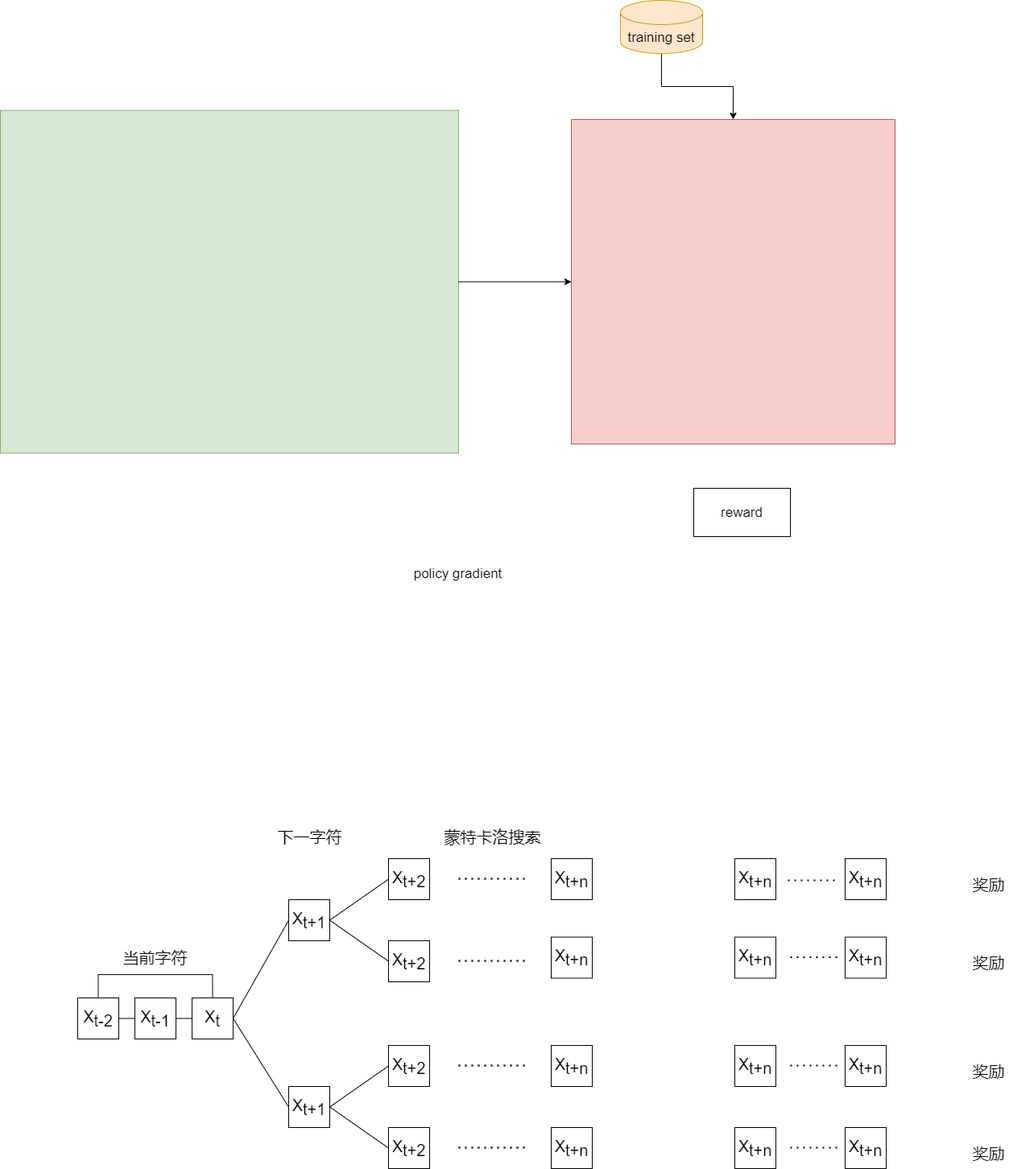
lakomi/pictures keeps this draw.io diagram as seqgan.drawio.png. Above is the earlier version. Source tidied: cells renumbered, new cells last; positions are measured from the earlier drawing's top-left corner, leaving out a move shared by most shapes.
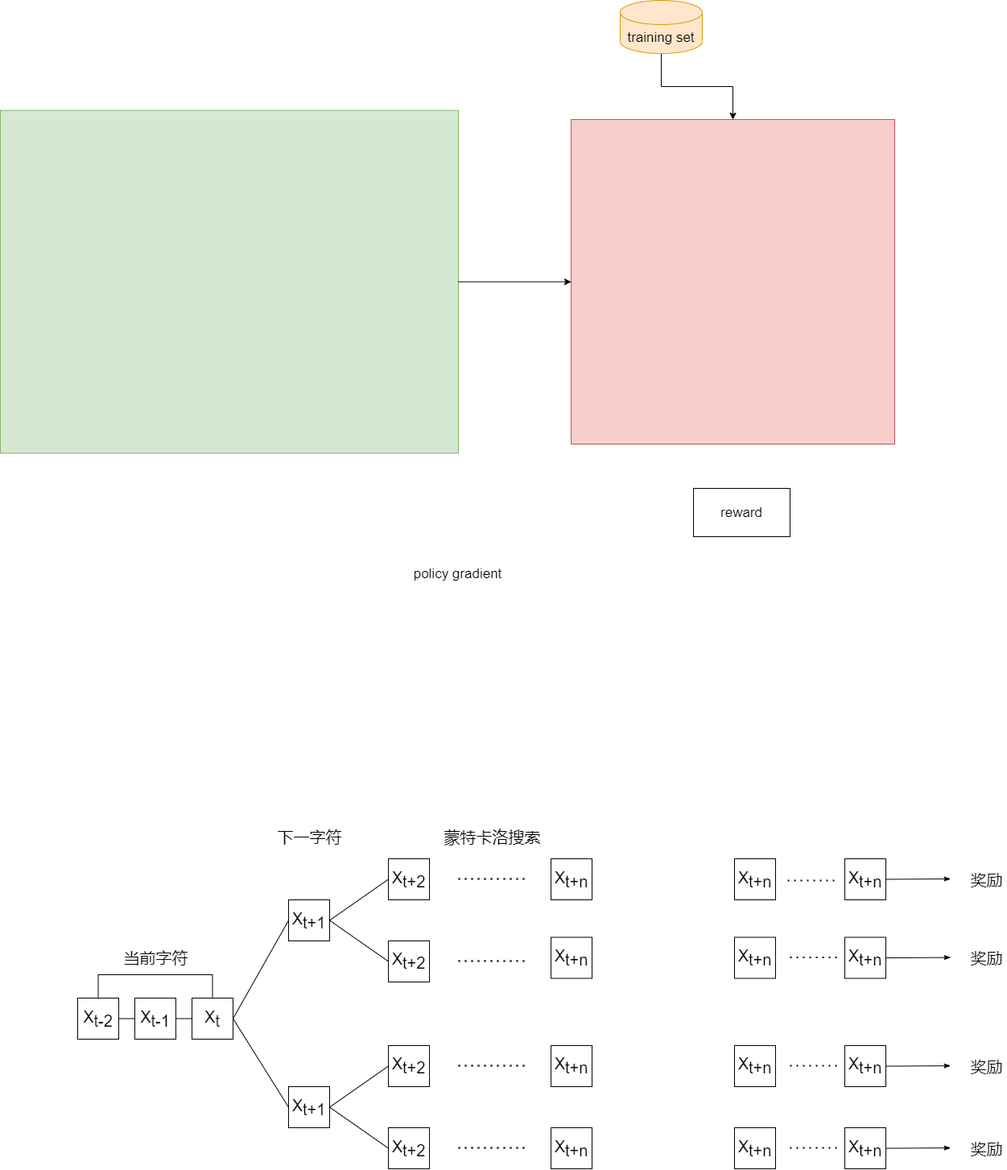
The same diagram one commit later.

What changed in the source:
```diff
@@ -140,16 +140,16 @@
       <mxGeometry x="546" y="1025" width="130" height="28" as="geometry" />
     </mxCell>
     <mxCell id="38" value="奖励" style="text;html=1;align=center;verticalAlign=middle;strokeColor=none;fillColor=none;fontSize=20;" parent="1" vertex="1">
-      <mxGeometry x="1202" y="1083.5" width="50" height="28" as="geometry" />
+      <mxGeometry x="1200" y="1077.5" width="50" height="28" as="geometry" />
     </mxCell>
     <mxCell id="39" value="奖励" style="text;html=1;align=center;verticalAlign=middle;strokeColor=none;fillColor=none;fontSize=20;" parent="1" vertex="1">
-      <mxGeometry x="1202" y="1181" width="50" height="28" as="geometry" />
+      <mxGeometry x="1200" y="1175" width="50" height="28" as="geometry" />
     </mxCell>
     <mxCell id="40" value="奖励" style="text;html=1;align=center;verticalAlign=middle;strokeColor=none;fillColor=none;fontSize=20;" parent="1" vertex="1">
-      <mxGeometry x="1202" y="1315.5" width="50" height="28" as="geometry" />
+      <mxGeometry x="1200" y="1309.5" width="50" height="28" as="geometry" />
     </mxCell>
     <mxCell id="41" value="奖励" style="text;html=1;align=center;verticalAlign=middle;strokeColor=none;fillColor=none;fontSize=20;" parent="1" vertex="1">
-      <mxGeometry x="1202" y="1417.5" width="50" height="28" as="geometry" />
+      <mxGeometry x="1200" y="1411.5" width="50" height="28" as="geometry" />
     </mxCell>
     <mxCell id="42" value="X&lt;sub style=&quot;font-size: 20px;&quot;&gt;t+n&lt;/sub&gt;" style="rounded=0;whiteSpace=wrap;html=1;fontSize=20;" parent="1" vertex="1">
       <mxGeometry x="912" y="1066" width="51" height="51" as="geometry" />
@@ -172,6 +172,11 @@
     <mxCell id="48" value="X&lt;sub style=&quot;font-size: 20px;&quot;&gt;t+n&lt;/sub&gt;" style="rounded=0;whiteSpace=wrap;html=1;fontSize=20;" parent="1" vertex="1">
       <mxGeometry x="912" y="1066" width="51" height="51" as="geometry" />
     </mxCell>
+    <mxCell id="56" style="edgeStyle=none;rounded=0;jettySize=auto;html=1;exitX=1;exitY=0.5;exitDx=0;exitDy=0;fontSize=20;endArrow=classicThin;endFill=1;" parent="1" edge="1" source="49">
+      <mxGeometry relative="1" as="geometry">
+        <mxPoint x="1180.6" y="1091" as="targetPoint" />
+      </mxGeometry>
+    </mxCell>
     <mxCell id="49" value="X&lt;sub style=&quot;font-size: 20px;&quot;&gt;t+n&lt;/sub&gt;" style="rounded=0;whiteSpace=wrap;html=1;fontSize=20;" parent="1" vertex="1">
       <mxGeometry x="1049" y="1066" width="51" height="51" as="geometry" />
     </mxCell>
@@ -217,5 +222,23 @@
         </Array>
       </mxGeometry>
     </mxCell>
+    <mxCell id="57" style="edgeStyle=none;rounded=0;orthogonalLoop=1;jettySize=auto;html=1;exitX=1;exitY=0.5;exitDx=0;exitDy=0;fontSize=20;endArrow=classicThin;endFill=1;" parent="1" edge="1">
+      <mxGeometry relative="1" as="geometry">
+        <mxPoint x="1100" y="1189.1" as="sourcePoint" />
+        <mxPoint x="1180.6" y="1188.6" as="targetPoint" />
+      </mxGeometry>
+    </mxCell>
+    <mxCell id="58" style="edgeStyle=none;rounded=0;orthogonalLoop=1;jettySize=auto;html=1;exitX=1;exitY=0.5;exitDx=0;exitDy=0;fontSize=20;endArrow=classicThin;endFill=1;" parent="1" edge="1">
+      <mxGeometry relative="1" as="geometry">
+        <mxPoint x="1100" y="1323.6" as="sourcePoint" />
+        <mxPoint x="1180.6" y="1323.1" as="targetPoint" />
+      </mxGeometry>
+    </mxCell>
+    <mxCell id="59" style="edgeStyle=none;rounded=0;orthogonalLoop=1;jettySize=auto;html=1;exitX=1;exitY=0.5;exitDx=0;exitDy=0;fontSize=20;endArrow=classicThin;endFill=1;" parent="1" edge="1">
+      <mxGeometry relative="1" as="geometry">
+        <mxPoint x="1100" y="1425.6" as="sourcePoint" />
+        <mxPoint x="1180.6" y="1425.1" as="targetPoint" />
+      </mxGeometry>
+    </mxCell>
   </root>
 </mxGraphModel>
```
